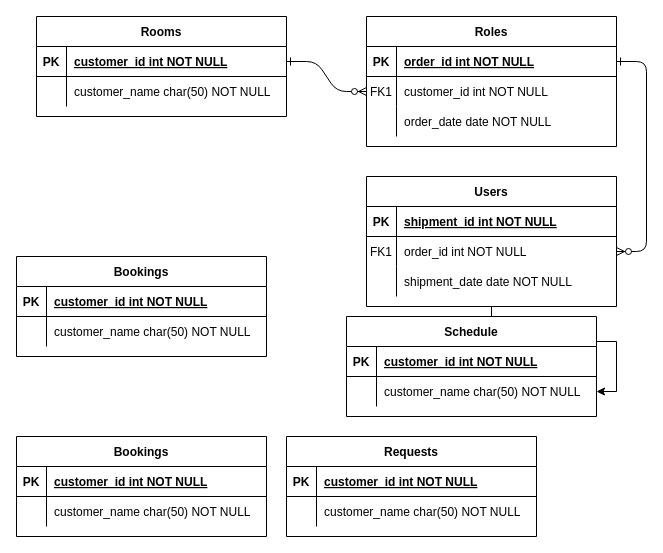
Before: WebTechFinalProject/db/Untitled Diagram.drawio in Lamiorkor/WebTech_A_Team3, a draw.io diagram. Source tidied: cells renumbered, new cells numbered last; positions are measured from the earlier drawing's top-left corner, leaving out a move shared by most shapes. Both pictures are drawn from the tidied source at 100%, with x=0, y=0 at pixel (16, 16).
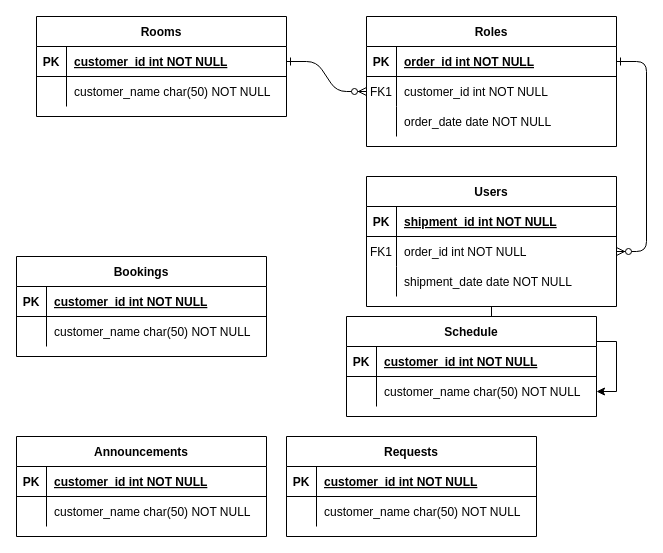
Above is the later version.

What changed in the source:
```diff
@@
-    <mxCell id="53" value="Bookings" style="shape=table;startSize=30;childLayout=tableLayout;rowLines=0;fontStyle=1;align=center;" parent="1" vertex="1">
+    <mxCell id="53" value="Announcements" style="shape=table;startSize=30;childLayout=tableLayout;rowLines=0;fontStyle=1;align=center;" parent="1" vertex="1">
       <mxGeometry y="420" width="250" height="100" as="geometry" />
     </mxCell>
```
